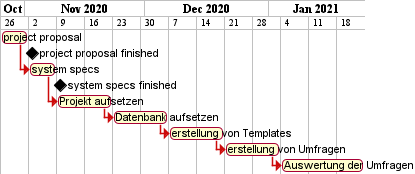
The PlantUML diagram Docs/system-specification-leosurvey/asciidocs/images/gantt.png in htl-leonding-project/leo-survey, before a commit.
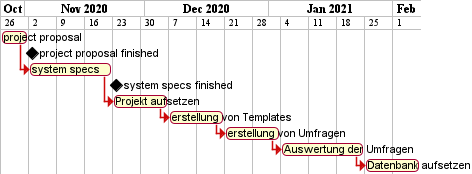
The same file after the commit.

Change to the diagram source:
```diff
@@ -3,17 +3,17 @@
 Project starts the 26th of October 2020
 [project proposal] lasts 1 week
 [project proposal finished] happens at [project proposal]'s end
-[system specs] lasts 1 week
+[system specs] lasts 3 week
 [system specs] starts at [project proposal]'s end
 [system specs finished] happens at [system specs]'s end
 [Projekt aufsetzen] lasts 2 weeks
 [Projekt aufsetzen] starts at [system specs]'s end
-[Datenbank aufsetzen] lasts 2 week
-[Datenbank aufsetzen] starts at [Projekt aufsetzen]'s end
 [erstellung von Templates] lasts 2 week
-[erstellung von Templates] starts at [Datenbank aufsetzen]'s end
+[erstellung von Templates] starts at [Projekt aufsetzen]'s end
 [erstellung von Umfragen] lasts 2 week
 [erstellung von Umfragen] starts at [erstellung von Templates]'s end
 [Auswertung der Umfragen] lasts 3 week
 [Auswertung der Umfragen] starts at [erstellung von Umfragen]'s end
+[Datenbank aufsetzen] lasts 2 week
+[Datenbank aufsetzen] starts at [Auswertung der Umfragen]'s end
 @enduml
```
